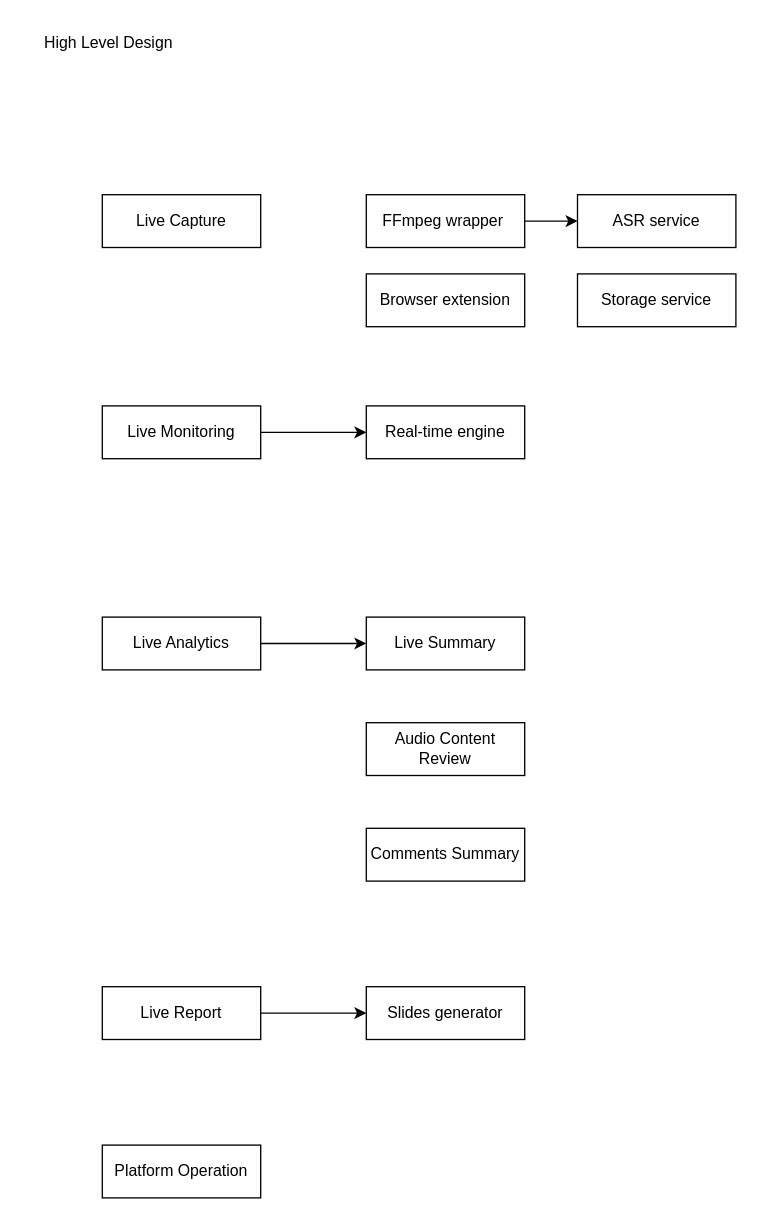
sinbane/diagrams keeps this draw.io diagram as LiveChamp-Enterprise.drawio. Above is the earlier version. Source tidied: cells renumbered, new cells numbered last; positions are measured from the earlier drawing's top-left corner, leaving out a move shared by most shapes. Both pictures are drawn from the tidied source at 132%, with x=0, y=0 at pixel (22, 22).
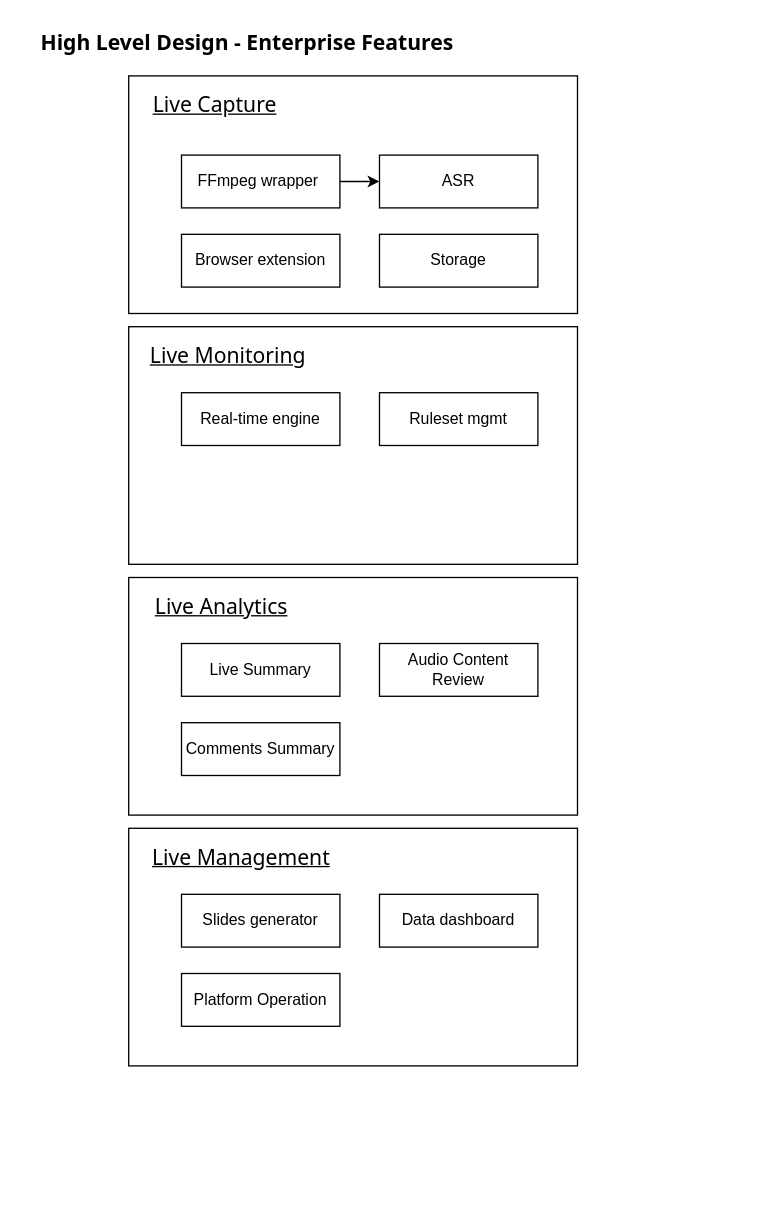
After the change.

Change to the diagram source:
```diff
@@
+    <mxCell id="21" style="group;" parent="1" vertex="1">
+      <mxGeometry x="80" y="230" width="340" height="180" as="geometry" />
+    </mxCell>
+    <mxCell id="22" style="rounded=0;whiteSpace=wrap;html=1;" parent="21" vertex="1">
+      <mxGeometry width="340" height="180" as="geometry" />
+    </mxCell>
+    <mxCell id="9" value="&lt;font face=&quot;Tahoma&quot; style=&quot;font-size: 16px; font-weight: normal;&quot;&gt;&lt;u&gt;Live Monitoring&lt;/u&gt;&lt;/font&gt;" style="text;strokeColor=none;fillColor=none;html=1;fontSize=24;fontStyle=1;verticalAlign=middle;align=center;" parent="21" vertex="1">
+      <mxGeometry x="20" y="10" width="110" height="20" as="geometry" />
+    </mxCell>
+    <mxCell id="15" value="Real-time engine" style="rounded=0;whiteSpace=wrap;html=1;" parent="21" vertex="1">
+      <mxGeometry x="40" y="50" width="120" height="40" as="geometry" />
+    </mxCell>
+    <mxCell id="23" value="Ruleset mgmt" style="rounded=0;whiteSpace=wrap;html=1;" parent="21" vertex="1">
+      <mxGeometry x="190" y="50" width="120" height="40" as="geometry" />
+    </mxCell>
+    <mxCell id="24" style="group;" parent="1" vertex="1">
+      <mxGeometry x="80" y="40" width="340" height="180" as="geometry" />
+    </mxCell>
+    <mxCell id="25" style="rounded=0;whiteSpace=wrap;html=1;" parent="24" vertex="1">
+      <mxGeometry width="340" height="180" as="geometry" />
+    </mxCell>
+    <mxCell id="3" value="&lt;font face=&quot;Tahoma&quot; style=&quot;font-size: 16px; font-weight: normal;&quot;&gt;&lt;u&gt;Live Capture&lt;/u&gt;&lt;/font&gt;" style="text;strokeColor=none;fillColor=none;html=1;fontSize=24;fontStyle=1;verticalAlign=middle;align=center;" parent="24" vertex="1">
+      <mxGeometry x="20" y="10" width="90" height="20" as="geometry" />
+    </mxCell>
+    <mxCell id="6" value="Browser extension" style="rounded=0;whiteSpace=wrap;html=1;" parent="24" vertex="1">
+      <mxGeometry x="40" y="120" width="120" height="40" as="geometry" />
+    </mxCell>
+    <mxCell id="5" value="FFmpeg wrapper&amp;nbsp;" style="rounded=0;whiteSpace=wrap;html=1;" parent="24" vertex="1">
+      <mxGeometry x="40" y="60" width="120" height="40" as="geometry" />
+    </mxCell>
+    <mxCell id="20" value="Storage" style="rounded=0;whiteSpace=wrap;html=1;" parent="24" vertex="1">
+      <mxGeometry x="190" y="120" width="120" height="40" as="geometry" />
+    </mxCell>
+    <mxCell id="7" value="ASR" style="rounded=0;whiteSpace=wrap;html=1;" parent="24" vertex="1">
+      <mxGeometry x="190" y="60" width="120" height="40" as="geometry" />
+    </mxCell>
+    <mxCell id="4" style="edgeStyle=orthogonalEdgeStyle;rounded=0;jettySize=auto;html=1;entryX=0;entryY=0.5;entryDx=0;entryDy=0;" parent="24" edge="1" source="5" target="7">
+      <mxGeometry relative="1" as="geometry" />
+    </mxCell>
-    <mxCell id="2" value="High Level Design" style="text;html=1;strokeColor=none;fillColor=none;align=center;verticalAlign=middle;whiteSpace=wrap;rounded=0;" parent="1" vertex="1">
-      <mxGeometry width="130" height="30" as="geometry" />
+    <mxCell id="2" value="High Level Design - Enterprise Features" style="text;html=1;strokeColor=none;fillColor=none;align=center;verticalAlign=middle;whiteSpace=wrap;rounded=0;fontFamily=Tahoma;fontSize=16;fontStyle=1;" parent="1" vertex="1">
+      <mxGeometry width="340" height="30" as="geometry" />
     </mxCell>
-    <mxCell id="3" value="Live Capture" style="rounded=0;whiteSpace=wrap;html=1;" parent="1" vertex="1">
-      <mxGeometry x="60" y="130" width="120" height="40" as="geometry" />
-    </mxCell>
-    <mxCell id="4" style="edgeStyle=orthogonalEdgeStyle;rounded=0;jettySize=auto;html=1;entryX=0;entryY=0.5;entryDx=0;entryDy=0;" parent="1" edge="1" source="5" target="7">
-      <mxGeometry relative="1" as="geometry" />
-    </mxCell>
-    <mxCell id="5" value="FFmpeg wrapper&amp;nbsp;" style="rounded=0;whiteSpace=wrap;html=1;" parent="1" vertex="1">
-      <mxGeometry x="260" y="130" width="120" height="40" as="geometry" />
-    </mxCell>
-    <mxCell id="6" value="Browser extension" style="rounded=0;whiteSpace=wrap;html=1;" parent="1" vertex="1">
-      <mxGeometry x="260" y="190" width="120" height="40" as="geometry" />
-    </mxCell>
-    <mxCell id="7" value="ASR service" style="rounded=0;whiteSpace=wrap;html=1;" parent="1" vertex="1">
-      <mxGeometry x="420" y="130" width="120" height="40" as="geometry" />
-    </mxCell>
-    <mxCell id="8" style="edgeStyle=orthogonalEdgeStyle;rounded=0;jettySize=auto;html=1;" parent="1" edge="1" source="9" target="15">
-      <mxGeometry relative="1" as="geometry" />
-    </mxCell>
-    <mxCell id="9" value="Live Monitoring" style="rounded=0;whiteSpace=wrap;html=1;" parent="1" vertex="1">
-      <mxGeometry x="60" y="290" width="120" height="40" as="geometry" />
-    </mxCell>
-    <mxCell id="10" style="edgeStyle=orthogonalEdgeStyle;rounded=0;jettySize=auto;html=1;" parent="1" edge="1" source="11" target="12">
-      <mxGeometry relative="1" as="geometry" />
-    </mxCell>
+    <mxCell id="26" style="group;" parent="1" vertex="1">
+      <mxGeometry x="80" y="420" width="340" height="180" as="geometry" />
+    </mxCell>
+    <mxCell id="27" style="rounded=0;whiteSpace=wrap;html=1;" parent="26" vertex="1">
+      <mxGeometry width="340" height="180" as="geometry" />
+    </mxCell>
-    <mxCell id="11" value="Live Analytics" style="rounded=0;whiteSpace=wrap;html=1;" parent="1" vertex="1">
-      <mxGeometry x="60" y="450" width="120" height="40" as="geometry" />
+    <mxCell id="11" value="&lt;font face=&quot;Tahoma&quot; style=&quot;font-size: 16px; font-weight: normal;&quot;&gt;&lt;u&gt;Live Analytics&lt;/u&gt;&lt;/font&gt;" style="text;strokeColor=none;fillColor=none;html=1;fontSize=24;fontStyle=1;verticalAlign=middle;align=center;" parent="26" vertex="1">
+      <mxGeometry x="20" y="10" width="100" height="20" as="geometry" />
     </mxCell>
-    <mxCell id="12" value="Live Summary" style="rounded=0;whiteSpace=wrap;html=1;" parent="1" vertex="1">
-      <mxGeometry x="260" y="450" width="120" height="40" as="geometry" />
+    <mxCell id="12" value="Live Summary" style="rounded=0;whiteSpace=wrap;html=1;" parent="26" vertex="1">
+      <mxGeometry x="40" y="50" width="120" height="40" as="geometry" />
     </mxCell>
-    <mxCell id="13" value="Audio Content Review" style="rounded=0;whiteSpace=wrap;html=1;" parent="1" vertex="1">
-      <mxGeometry x="260" y="530" width="120" height="40" as="geometry" />
+    <mxCell id="13" value="Audio Content Review" style="rounded=0;whiteSpace=wrap;html=1;" parent="26" vertex="1">
+      <mxGeometry x="190" y="50" width="120" height="40" as="geometry" />
     </mxCell>
-    <mxCell id="14" value="Comments Summary" style="rounded=0;whiteSpace=wrap;html=1;" parent="1" vertex="1">
-      <mxGeometry x="260" y="610" width="120" height="40" as="geometry" />
+    <mxCell id="14" value="Comments Summary" style="rounded=0;whiteSpace=wrap;html=1;" parent="26" vertex="1">
+      <mxGeometry x="40" y="110" width="120" height="40" as="geometry" />
     </mxCell>
-    <mxCell id="15" value="Real-time engine" style="rounded=0;whiteSpace=wrap;html=1;" parent="1" vertex="1">
-      <mxGeometry x="260" y="290" width="120" height="40" as="geometry" />
-    </mxCell>
-    <mxCell id="16" style="edgeStyle=orthogonalEdgeStyle;rounded=0;jettySize=auto;html=1;" parent="1" edge="1" source="17" target="18">
-      <mxGeometry relative="1" as="geometry" />
-    </mxCell>
-    <mxCell id="17" value="Live Report" style="rounded=0;whiteSpace=wrap;html=1;" parent="1" vertex="1">
-      <mxGeometry x="60" y="730" width="120" height="40" as="geometry" />
-    </mxCell>
+    <mxCell id="28" style="group;" parent="1" vertex="1">
+      <mxGeometry x="80" y="610" width="340" height="180" as="geometry" />
+    </mxCell>
+    <mxCell id="29" style="rounded=0;whiteSpace=wrap;html=1;" parent="28" vertex="1">
+      <mxGeometry width="340" height="180" as="geometry" />
+    </mxCell>
+    <mxCell id="30" value="&lt;font face=&quot;Tahoma&quot; style=&quot;font-size: 16px; font-weight: normal;&quot;&gt;&lt;u&gt;Live Management&lt;/u&gt;&lt;/font&gt;" style="text;strokeColor=none;fillColor=none;html=1;fontSize=24;fontStyle=1;verticalAlign=middle;align=center;" parent="28" vertex="1">
+      <mxGeometry x="20" y="10" width="130" height="20" as="geometry" />
+    </mxCell>
-    <mxCell id="18" value="Slides generator" style="rounded=0;whiteSpace=wrap;html=1;" parent="1" vertex="1">
-      <mxGeometry x="260" y="730" width="120" height="40" as="geometry" />
+    <mxCell id="18" value="Slides generator" style="rounded=0;whiteSpace=wrap;html=1;" parent="28" vertex="1">
+      <mxGeometry x="40" y="50" width="120" height="40" as="geometry" />
     </mxCell>
+    <mxCell id="31" value="Data dashboard" style="rounded=0;whiteSpace=wrap;html=1;" parent="28" vertex="1">
+      <mxGeometry x="190" y="50" width="120" height="40" as="geometry" />
+    </mxCell>
-    <mxCell id="19" value="Platform Operation" style="rounded=0;whiteSpace=wrap;html=1;" parent="1" vertex="1">
-      <mxGeometry x="60" y="850" width="120" height="40" as="geometry" />
+    <mxCell id="19" value="Platform Operation" style="rounded=0;whiteSpace=wrap;html=1;" parent="28" vertex="1">
+      <mxGeometry x="40" y="110" width="120" height="40" as="geometry" />
     </mxCell>
-    <mxCell id="20" value="Storage service" style="rounded=0;whiteSpace=wrap;html=1;" parent="1" vertex="1">
-      <mxGeometry x="420" y="190" width="120" height="40" as="geometry" />
-    </mxCell>
```
